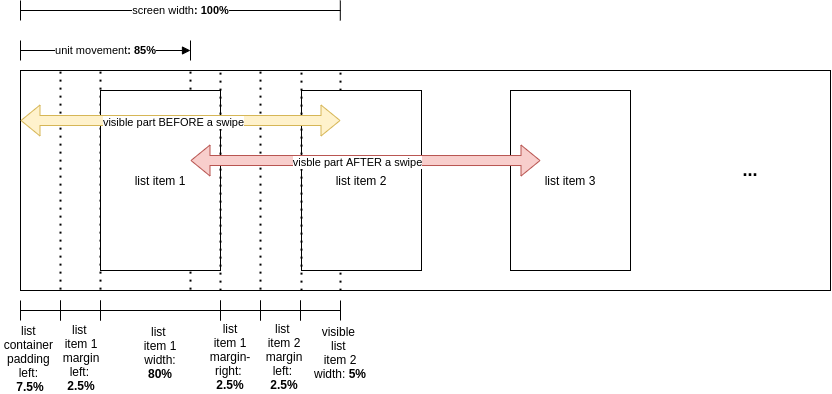
Before: list-item-layout-overview.png, a diagram exported from draw.io (stsiwo/stsDev-article-horizontal-scroll-list). Source tidied: cells renumbered, new cells last; positions are measured from the earlier drawing's top-left corner, leaving out a move shared by most shapes. The source it was exported from:
```xml
<mxGraphModel background="#FFFFFF">
  <root>
    <mxCell id="0" />
    <mxCell id="1" parent="0" />
    <mxCell id="2" style="endArrow=none;dashed=1;html=1;dashPattern=1 3;strokeWidth=2;entryX=0.026;entryY=-0.001;entryDx=0;entryDy=0;entryPerimeter=0;exitX=0.026;exitY=0.995;exitDx=0;exitDy=0;exitPerimeter=0;" parent="1" edge="1">
      <mxGeometry relative="1" as="geometry">
        <mxPoint x="190" y="289.1" as="sourcePoint" />
        <mxPoint x="190" y="70" as="targetPoint" />
      </mxGeometry>
    </mxCell>
    <mxCell id="3" style="endArrow=none;dashed=1;html=1;dashPattern=1 3;strokeWidth=2;entryX=0.026;entryY=-0.001;entryDx=0;entryDy=0;entryPerimeter=0;exitX=0.026;exitY=0.995;exitDx=0;exitDy=0;exitPerimeter=0;" parent="1" edge="1">
      <mxGeometry relative="1" as="geometry">
        <mxPoint x="340" y="290.1" as="sourcePoint" />
        <mxPoint x="340" y="71" as="targetPoint" />
      </mxGeometry>
    </mxCell>
    <mxCell id="4" style="endArrow=none;dashed=1;html=1;dashPattern=1 3;strokeWidth=2;entryX=0.026;entryY=-0.001;entryDx=0;entryDy=0;entryPerimeter=0;exitX=0.026;exitY=0.995;exitDx=0;exitDy=0;exitPerimeter=0;" parent="1" edge="1">
      <mxGeometry relative="1" as="geometry">
        <mxPoint x="100" y="289.1" as="sourcePoint" />
        <mxPoint x="100" y="70" as="targetPoint" />
      </mxGeometry>
    </mxCell>
    <mxCell id="5" style="rounded=0;whiteSpace=wrap;html=1;fillColor=none;" parent="1" vertex="1">
      <mxGeometry x="20" y="70" width="810" height="220" as="geometry" />
    </mxCell>
    <mxCell id="6" value="list item 1" style="rounded=0;whiteSpace=wrap;html=1;" parent="1" vertex="1">
      <mxGeometry x="100" y="90" width="120" height="180" as="geometry" />
    </mxCell>
    <mxCell id="7" value="list item 2" style="rounded=0;whiteSpace=wrap;html=1;" parent="1" vertex="1">
      <mxGeometry x="301" y="90" width="120" height="180" as="geometry" />
    </mxCell>
    <mxCell id="8" value="list item 3" style="rounded=0;whiteSpace=wrap;html=1;" parent="1" vertex="1">
      <mxGeometry x="510" y="90" width="120" height="180" as="geometry" />
    </mxCell>
    <mxCell id="9" style="endArrow=none;dashed=1;html=1;dashPattern=1 3;strokeWidth=2;entryX=0.026;entryY=-0.001;entryDx=0;entryDy=0;entryPerimeter=0;exitX=0.026;exitY=0.995;exitDx=0;exitDy=0;exitPerimeter=0;" parent="1" edge="1">
      <mxGeometry relative="1" as="geometry">
        <mxPoint x="60" y="289.1" as="sourcePoint" />
        <mxPoint x="60" y="70" as="targetPoint" />
      </mxGeometry>
    </mxCell>
    <mxCell id="10" style="endArrow=none;dashed=1;html=1;dashPattern=1 3;strokeWidth=2;entryX=0.026;entryY=-0.001;entryDx=0;entryDy=0;entryPerimeter=0;exitX=0.026;exitY=0.995;exitDx=0;exitDy=0;exitPerimeter=0;" parent="1" edge="1">
      <mxGeometry relative="1" as="geometry">
        <mxPoint x="260" y="289.1" as="sourcePoint" />
        <mxPoint x="260" y="70" as="targetPoint" />
      </mxGeometry>
    </mxCell>
    <mxCell id="11" style="endArrow=none;html=1;" parent="1" edge="1">
      <mxGeometry relative="1" as="geometry">
        <mxPoint x="20" y="320" as="sourcePoint" />
        <mxPoint x="20" y="300" as="targetPoint" />
      </mxGeometry>
    </mxCell>
    <mxCell id="12" style="endArrow=none;html=1;" parent="1" edge="1">
      <mxGeometry relative="1" as="geometry">
        <mxPoint x="60" y="320" as="sourcePoint" />
        <mxPoint x="60" y="300" as="targetPoint" />
      </mxGeometry>
    </mxCell>
    <mxCell id="13" style="endArrow=none;html=1;" parent="1" edge="1">
      <mxGeometry relative="1" as="geometry">
        <mxPoint x="20" y="310" as="sourcePoint" />
        <mxPoint x="60" y="310" as="targetPoint" />
      </mxGeometry>
    </mxCell>
    <mxCell id="14" value="list &lt;br&gt;item 1&lt;br&gt;margin&lt;br&gt;left: &lt;br&gt;&lt;b&gt;2.5%&lt;/b&gt;" style="text;html=1;strokeColor=none;fillColor=none;align=center;verticalAlign=middle;whiteSpace=wrap;rounded=0;" parent="1" vertex="1">
      <mxGeometry x="51" y="347" width="60" height="20" as="geometry" />
    </mxCell>
    <mxCell id="15" style="endArrow=none;dashed=1;html=1;dashPattern=1 3;strokeWidth=2;entryX=0.026;entryY=-0.001;entryDx=0;entryDy=0;entryPerimeter=0;exitX=0.026;exitY=0.995;exitDx=0;exitDy=0;exitPerimeter=0;" parent="1" edge="1">
      <mxGeometry relative="1" as="geometry">
        <mxPoint x="220" y="290.1" as="sourcePoint" />
        <mxPoint x="220" y="71" as="targetPoint" />
      </mxGeometry>
    </mxCell>
    <mxCell id="16" value="list&lt;br&gt;item 1&lt;br&gt;margin-right: &lt;br&gt;&lt;b&gt;2.5%&lt;/b&gt;" style="text;html=1;strokeColor=none;fillColor=none;align=center;verticalAlign=middle;whiteSpace=wrap;rounded=0;" parent="1" vertex="1">
      <mxGeometry x="205" y="346" width="50" height="20" as="geometry" />
    </mxCell>
    <mxCell id="17" style="group;" parent="1" vertex="1">
      <mxGeometry x="60" y="300" width="40" height="20" as="geometry" />
    </mxCell>
    <mxCell id="18" style="endArrow=none;html=1;" parent="17" edge="1">
      <mxGeometry relative="1" as="geometry">
        <mxPoint y="20" as="sourcePoint" />
        <mxPoint as="targetPoint" />
      </mxGeometry>
    </mxCell>
    <mxCell id="19" style="endArrow=none;html=1;" parent="17" edge="1">
      <mxGeometry relative="1" as="geometry">
        <mxPoint x="40" y="20" as="sourcePoint" />
        <mxPoint x="40" as="targetPoint" />
      </mxGeometry>
    </mxCell>
    <mxCell id="20" style="endArrow=none;html=1;" parent="17" edge="1">
      <mxGeometry relative="1" as="geometry">
        <mxPoint y="10" as="sourcePoint" />
        <mxPoint x="40" y="10" as="targetPoint" />
      </mxGeometry>
    </mxCell>
    <mxCell id="21" style="group;" parent="1" vertex="1">
      <mxGeometry x="100" y="300" width="120" height="20" as="geometry" />
    </mxCell>
    <mxCell id="22" style="endArrow=none;html=1;" parent="21" edge="1">
      <mxGeometry relative="1" as="geometry">
        <mxPoint y="20" as="sourcePoint" />
        <mxPoint as="targetPoint" />
      </mxGeometry>
    </mxCell>
    <mxCell id="23" style="endArrow=none;html=1;" parent="21" edge="1">
      <mxGeometry relative="1" as="geometry">
        <mxPoint x="120" y="20" as="sourcePoint" />
        <mxPoint x="120" as="targetPoint" />
      </mxGeometry>
    </mxCell>
    <mxCell id="24" style="endArrow=none;html=1;" parent="21" edge="1">
      <mxGeometry relative="1" as="geometry">
        <mxPoint y="10" as="sourcePoint" />
        <mxPoint x="120" y="10" as="targetPoint" />
      </mxGeometry>
    </mxCell>
    <mxCell id="25" value="list &lt;br&gt;item 1&lt;br&gt;width: &lt;b&gt;80%&lt;/b&gt;" style="text;html=1;strokeColor=none;fillColor=none;align=center;verticalAlign=middle;whiteSpace=wrap;rounded=0;" parent="1" vertex="1">
      <mxGeometry x="130" y="342" width="60" height="20" as="geometry" />
    </mxCell>
    <mxCell id="26" style="group;" parent="1" vertex="1">
      <mxGeometry x="220" y="300" width="40" height="20" as="geometry" />
    </mxCell>
    <mxCell id="27" style="endArrow=none;html=1;" parent="26" edge="1">
      <mxGeometry relative="1" as="geometry">
        <mxPoint y="20" as="sourcePoint" />
        <mxPoint as="targetPoint" />
      </mxGeometry>
    </mxCell>
    <mxCell id="28" style="endArrow=none;html=1;" parent="26" edge="1">
      <mxGeometry relative="1" as="geometry">
        <mxPoint x="40" y="20" as="sourcePoint" />
        <mxPoint x="40" as="targetPoint" />
      </mxGeometry>
    </mxCell>
    <mxCell id="29" style="endArrow=none;html=1;" parent="26" edge="1">
      <mxGeometry relative="1" as="geometry">
        <mxPoint y="10" as="sourcePoint" />
        <mxPoint x="40" y="10" as="targetPoint" />
      </mxGeometry>
    </mxCell>
    <mxCell id="30" style="endArrow=none;dashed=1;html=1;dashPattern=1 3;strokeWidth=2;entryX=0.026;entryY=-0.001;entryDx=0;entryDy=0;entryPerimeter=0;exitX=0.026;exitY=0.995;exitDx=0;exitDy=0;exitPerimeter=0;" parent="1" edge="1">
      <mxGeometry relative="1" as="geometry">
        <mxPoint x="301" y="290.1" as="sourcePoint" />
        <mxPoint x="301" y="71" as="targetPoint" />
      </mxGeometry>
    </mxCell>
    <mxCell id="31" style="group;" parent="1" vertex="1">
      <mxGeometry x="260" y="300" width="40" height="20" as="geometry" />
    </mxCell>
    <mxCell id="32" style="endArrow=none;html=1;" parent="31" edge="1">
      <mxGeometry relative="1" as="geometry">
        <mxPoint y="20" as="sourcePoint" />
        <mxPoint as="targetPoint" />
      </mxGeometry>
    </mxCell>
    <mxCell id="33" style="endArrow=none;html=1;" parent="31" edge="1">
      <mxGeometry relative="1" as="geometry">
        <mxPoint x="40" y="20" as="sourcePoint" />
        <mxPoint x="40" as="targetPoint" />
      </mxGeometry>
    </mxCell>
    <mxCell id="34" style="endArrow=none;html=1;" parent="31" edge="1">
      <mxGeometry relative="1" as="geometry">
        <mxPoint y="10" as="sourcePoint" />
        <mxPoint x="40" y="10" as="targetPoint" />
      </mxGeometry>
    </mxCell>
    <mxCell id="35" style="group;" parent="1" vertex="1">
      <mxGeometry x="20" width="320" height="20" as="geometry" />
    </mxCell>
    <mxCell id="36" style="endArrow=none;html=1;" parent="35" edge="1">
      <mxGeometry relative="1" as="geometry">
        <mxPoint y="20" as="sourcePoint" />
        <mxPoint as="targetPoint" />
      </mxGeometry>
    </mxCell>
    <mxCell id="37" style="endArrow=none;html=1;" parent="35" edge="1">
      <mxGeometry relative="1" as="geometry">
        <mxPoint x="319.8" y="20" as="sourcePoint" />
        <mxPoint x="319.8" as="targetPoint" />
      </mxGeometry>
    </mxCell>
    <mxCell id="38" value="screen width&lt;b&gt;: 100%&lt;/b&gt;" style="endArrow=none;html=1;" parent="35" edge="1">
      <mxGeometry relative="1" as="geometry">
        <mxPoint y="10" as="sourcePoint" />
        <mxPoint x="320" y="10" as="targetPoint" />
      </mxGeometry>
    </mxCell>
    <mxCell id="39" value="list &lt;br&gt;item 2&lt;br&gt;margin&lt;br&gt;left: &lt;br&gt;&lt;b&gt;2.5%&lt;/b&gt;" style="text;html=1;strokeColor=none;fillColor=none;align=center;verticalAlign=middle;whiteSpace=wrap;rounded=0;" parent="1" vertex="1">
      <mxGeometry x="254" y="346" width="60" height="20" as="geometry" />
    </mxCell>
    <mxCell id="40" style="group;imageWidth=24;" parent="1" vertex="1">
      <mxGeometry x="300" y="300" width="40" height="20" as="geometry" />
    </mxCell>
    <mxCell id="41" style="endArrow=none;html=1;" parent="40" edge="1">
      <mxGeometry relative="1" as="geometry">
        <mxPoint y="20" as="sourcePoint" />
        <mxPoint as="targetPoint" />
      </mxGeometry>
    </mxCell>
    <mxCell id="42" style="endArrow=none;html=1;" parent="40" edge="1">
      <mxGeometry relative="1" as="geometry">
        <mxPoint x="40" y="20" as="sourcePoint" />
        <mxPoint x="40" as="targetPoint" />
      </mxGeometry>
    </mxCell>
    <mxCell id="43" style="endArrow=none;html=1;" parent="40" edge="1">
      <mxGeometry relative="1" as="geometry">
        <mxPoint y="10" as="sourcePoint" />
        <mxPoint x="40" y="10" as="targetPoint" />
      </mxGeometry>
    </mxCell>
    <mxCell id="44" style="endArrow=none;html=1;" parent="1" edge="1">
      <mxGeometry x="20" y="40" as="geometry">
        <mxPoint x="20" y="60" as="sourcePoint" />
        <mxPoint x="20" y="40" as="targetPoint" />
      </mxGeometry>
    </mxCell>
    <mxCell id="45" value="unit movement&lt;b&gt;: 85%&lt;/b&gt;" style="endArrow=block;html=1;endFill=1;" parent="1" edge="1">
      <mxGeometry x="20" y="40" as="geometry">
        <mxPoint x="20" y="50" as="sourcePoint" />
        <mxPoint x="190" y="50" as="targetPoint" />
      </mxGeometry>
    </mxCell>
    <mxCell id="46" style="endArrow=none;html=1;" parent="1" edge="1">
      <mxGeometry x="190" y="40" as="geometry">
        <mxPoint x="190" y="60" as="sourcePoint" />
        <mxPoint x="190" y="40" as="targetPoint" />
      </mxGeometry>
    </mxCell>
    <mxCell id="47" value="visible &lt;br&gt;list &lt;br&gt;item 2 width: &lt;b&gt;5%&lt;/b&gt;" style="text;html=1;strokeColor=none;fillColor=none;align=center;verticalAlign=middle;whiteSpace=wrap;rounded=0;" parent="1" vertex="1">
      <mxGeometry x="310" y="342" width="60" height="20" as="geometry" />
    </mxCell>
    <mxCell id="48" value="list &lt;br&gt;container &lt;br&gt;padding &lt;br&gt;left: &lt;br&gt;&lt;b&gt;7.5%&lt;/b&gt;" style="text;html=1;strokeColor=none;fillColor=none;align=center;verticalAlign=middle;whiteSpace=wrap;rounded=0;" parent="1" vertex="1">
      <mxGeometry y="348" width="60" height="20" as="geometry" />
    </mxCell>
    <mxCell id="49" style="shape=flexArrow;endArrow=classic;startArrow=classic;html=1;fillColor=#fff2cc;strokeColor=#d6b656;" parent="1" edge="1">
      <mxGeometry relative="1" as="geometry">
        <mxPoint x="20" y="120" as="sourcePoint" />
        <mxPoint x="340" y="120" as="targetPoint" />
      </mxGeometry>
    </mxCell>
    <mxCell id="50" value="visible part BEFORE a swipe" style="edgeLabel;html=1;align=center;verticalAlign=middle;" parent="49" vertex="1">
      <mxGeometry x="-0.05" y="-2" relative="1" as="geometry" />
    </mxCell>
    <mxCell id="51" style="shape=flexArrow;endArrow=classic;startArrow=classic;html=1;fillColor=#f8cecc;entryX=0.25;entryY=0.389;entryDx=0;entryDy=0;entryPerimeter=0;strokeColor=#b85450;" parent="1" edge="1" target="8">
      <mxGeometry relative="1" as="geometry">
        <mxPoint x="190" y="160" as="sourcePoint" />
      </mxGeometry>
    </mxCell>
    <mxCell id="52" value="visble part AFTER a swipe" style="edgeLabel;html=1;align=center;verticalAlign=middle;" parent="51" vertex="1">
      <mxGeometry x="-0.05" y="-2" relative="1" as="geometry" />
    </mxCell>
    <mxCell id="53" value="&lt;font style=&quot;font-size: 18px&quot;&gt;&lt;b&gt;...&lt;/b&gt;&lt;/font&gt;" style="text;html=1;strokeColor=none;fillColor=none;align=center;verticalAlign=middle;whiteSpace=wrap;rounded=0;" parent="1" vertex="1">
      <mxGeometry x="730" y="160" width="40" height="20" as="geometry" />
    </mxCell>
  </root>
</mxGraphModel>
```
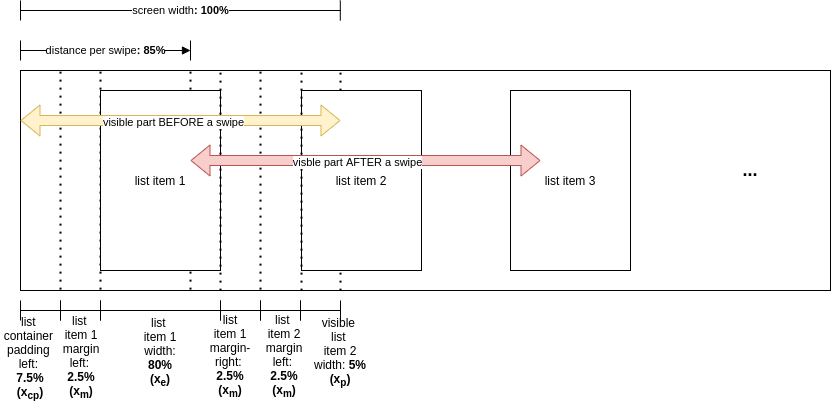
After the change.

The edit, as a diff of the source:
```diff
@@ -62,7 +62,7 @@
         <mxPoint x="60" y="310" as="targetPoint" />
       </mxGeometry>
     </mxCell>
-    <mxCell id="14" value="list &lt;br&gt;item 1&lt;br&gt;margin&lt;br&gt;left: &lt;br&gt;&lt;b&gt;2.5%&lt;/b&gt;" style="text;html=1;strokeColor=none;fillColor=none;align=center;verticalAlign=middle;whiteSpace=wrap;rounded=0;" parent="1" vertex="1">
+    <mxCell id="14" value="list &lt;br&gt;item 1&lt;br&gt;margin&lt;br&gt;left: &lt;br&gt;&lt;b&gt;2.5%&lt;br&gt;(x&lt;sub&gt;m&lt;/sub&gt;)&lt;br&gt;&lt;/b&gt;" style="text;html=1;strokeColor=none;fillColor=none;align=center;verticalAlign=middle;whiteSpace=wrap;rounded=0;" parent="1" vertex="1">
       <mxGeometry x="51" y="347" width="60" height="20" as="geometry" />
     </mxCell>
     <mxCell id="15" style="endArrow=none;dashed=1;html=1;dashPattern=1 3;strokeWidth=2;entryX=0.026;entryY=-0.001;entryDx=0;entryDy=0;entryPerimeter=0;exitX=0.026;exitY=0.995;exitDx=0;exitDy=0;exitPerimeter=0;" parent="1" edge="1">
@@ -71,7 +71,7 @@
         <mxPoint x="220" y="71" as="targetPoint" />
       </mxGeometry>
     </mxCell>
-    <mxCell id="16" value="list&lt;br&gt;item 1&lt;br&gt;margin-right: &lt;br&gt;&lt;b&gt;2.5%&lt;/b&gt;" style="text;html=1;strokeColor=none;fillColor=none;align=center;verticalAlign=middle;whiteSpace=wrap;rounded=0;" parent="1" vertex="1">
+    <mxCell id="16" value="list&lt;br&gt;item 1&lt;br&gt;margin-right: &lt;br&gt;&lt;b&gt;2.5%&lt;br&gt;(x&lt;sub&gt;m&lt;/sub&gt;)&lt;br&gt;&lt;/b&gt;" style="text;html=1;strokeColor=none;fillColor=none;align=center;verticalAlign=middle;whiteSpace=wrap;rounded=0;" parent="1" vertex="1">
       <mxGeometry x="205" y="346" width="50" height="20" as="geometry" />
     </mxCell>
     <mxCell id="17" style="group;" parent="1" vertex="1">
@@ -116,7 +116,7 @@
         <mxPoint x="120" y="10" as="targetPoint" />
       </mxGeometry>
     </mxCell>
-    <mxCell id="25" value="list &lt;br&gt;item 1&lt;br&gt;width: &lt;b&gt;80%&lt;/b&gt;" style="text;html=1;strokeColor=none;fillColor=none;align=center;verticalAlign=middle;whiteSpace=wrap;rounded=0;" parent="1" vertex="1">
+    <mxCell id="25" value="list &lt;br&gt;item 1&lt;br&gt;width: &lt;b&gt;80%&lt;br&gt;(x&lt;sub&gt;e&lt;/sub&gt;)&lt;br&gt;&lt;/b&gt;" style="text;html=1;strokeColor=none;fillColor=none;align=center;verticalAlign=middle;whiteSpace=wrap;rounded=0;" parent="1" vertex="1">
       <mxGeometry x="130" y="342" width="60" height="20" as="geometry" />
     </mxCell>
     <mxCell id="26" style="group;" parent="1" vertex="1">
@@ -188,7 +188,7 @@
         <mxPoint x="320" y="10" as="targetPoint" />
       </mxGeometry>
     </mxCell>
-    <mxCell id="39" value="list &lt;br&gt;item 2&lt;br&gt;margin&lt;br&gt;left: &lt;br&gt;&lt;b&gt;2.5%&lt;/b&gt;" style="text;html=1;strokeColor=none;fillColor=none;align=center;verticalAlign=middle;whiteSpace=wrap;rounded=0;" parent="1" vertex="1">
+    <mxCell id="39" value="list &lt;br&gt;item 2&lt;br&gt;margin&lt;br&gt;left: &lt;br&gt;&lt;b&gt;2.5%&lt;br&gt;(x&lt;sub&gt;m&lt;/sub&gt;)&lt;br&gt;&lt;/b&gt;" style="text;html=1;strokeColor=none;fillColor=none;align=center;verticalAlign=middle;whiteSpace=wrap;rounded=0;" parent="1" vertex="1">
       <mxGeometry x="254" y="346" width="60" height="20" as="geometry" />
     </mxCell>
     <mxCell id="40" style="group;imageWidth=24;" parent="1" vertex="1">
@@ -218,7 +218,7 @@
         <mxPoint x="20" y="40" as="targetPoint" />
       </mxGeometry>
     </mxCell>
-    <mxCell id="45" value="unit movement&lt;b&gt;: 85%&lt;/b&gt;" style="endArrow=block;html=1;endFill=1;" parent="1" edge="1">
+    <mxCell id="45" value="distance per swipe&lt;b&gt;: 85%&lt;/b&gt;" style="endArrow=block;html=1;endFill=1;" parent="1" edge="1">
       <mxGeometry x="20" y="40" as="geometry">
         <mxPoint x="20" y="50" as="sourcePoint" />
         <mxPoint x="190" y="50" as="targetPoint" />
@@ -230,10 +230,10 @@
         <mxPoint x="190" y="40" as="targetPoint" />
       </mxGeometry>
     </mxCell>
-    <mxCell id="47" value="visible &lt;br&gt;list &lt;br&gt;item 2 width: &lt;b&gt;5%&lt;/b&gt;" style="text;html=1;strokeColor=none;fillColor=none;align=center;verticalAlign=middle;whiteSpace=wrap;rounded=0;" parent="1" vertex="1">
+    <mxCell id="47" value="visible &lt;br&gt;list &lt;br&gt;item 2 width: &lt;b&gt;5%&lt;br&gt;(x&lt;sub&gt;p&lt;/sub&gt;)&lt;br&gt;&lt;/b&gt;" style="text;html=1;strokeColor=none;fillColor=none;align=center;verticalAlign=middle;whiteSpace=wrap;rounded=0;" parent="1" vertex="1">
       <mxGeometry x="310" y="342" width="60" height="20" as="geometry" />
     </mxCell>
-    <mxCell id="48" value="list &lt;br&gt;container &lt;br&gt;padding &lt;br&gt;left: &lt;br&gt;&lt;b&gt;7.5%&lt;/b&gt;" style="text;html=1;strokeColor=none;fillColor=none;align=center;verticalAlign=middle;whiteSpace=wrap;rounded=0;" parent="1" vertex="1">
+    <mxCell id="48" value="list &lt;br&gt;container &lt;br&gt;padding &lt;br&gt;left: &lt;br&gt;&lt;b&gt;7.5%&lt;br&gt;(x&lt;sub&gt;cp&lt;/sub&gt;)&lt;br&gt;&lt;/b&gt;" style="text;html=1;strokeColor=none;fillColor=none;align=center;verticalAlign=middle;whiteSpace=wrap;rounded=0;" parent="1" vertex="1">
       <mxGeometry y="348" width="60" height="20" as="geometry" />
     </mxCell>
     <mxCell id="49" style="shape=flexArrow;endArrow=classic;startArrow=classic;html=1;fillColor=#fff2cc;strokeColor=#d6b656;" parent="1" edge="1">
```
